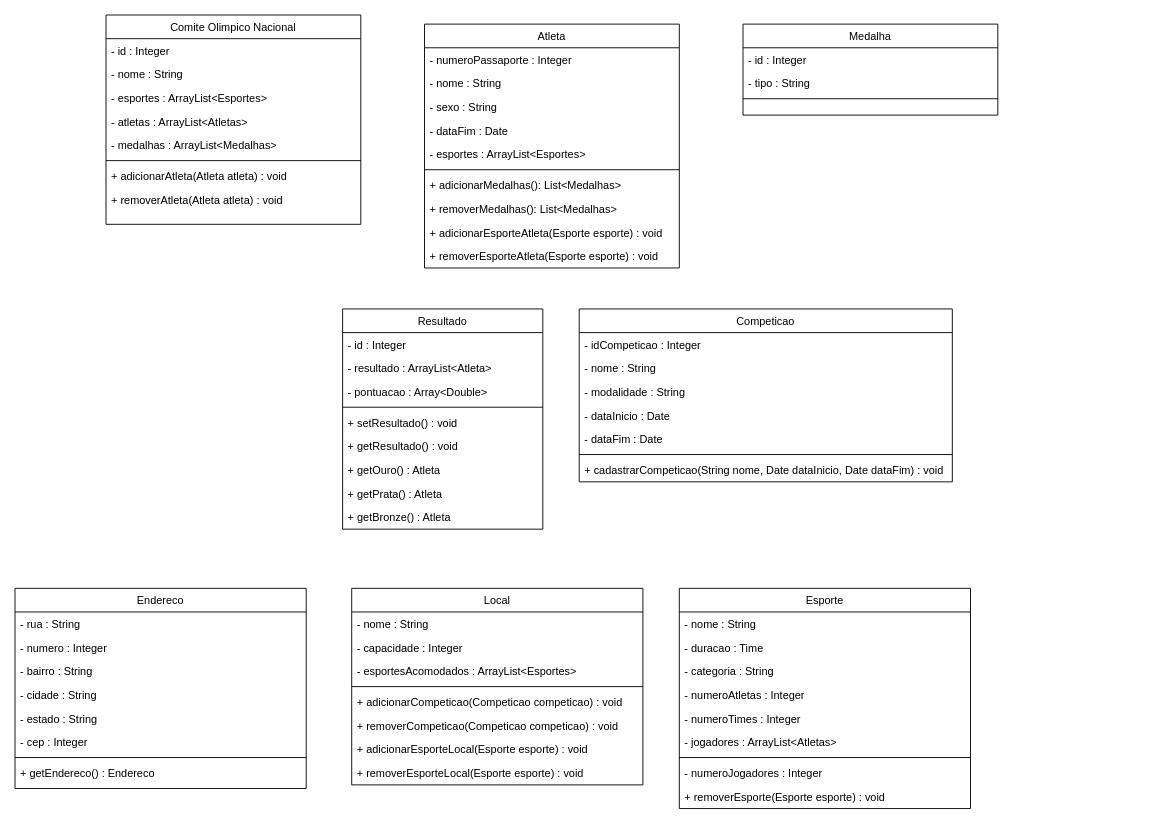
Earlier version of the draw.io diagram docs/modelagens/Sistema de Gestão das Olimpíadas (SGO).drawio (JulyaMoreyra/projeto-de-software-sgo). Source tidied: cells renumbered, new cells numbered last; positions are measured from the earlier drawing's top-left corner, leaving out a move shared by most shapes. Both pictures are drawn from the tidied source at 91%, with x=0, y=0 at pixel (15, 15).
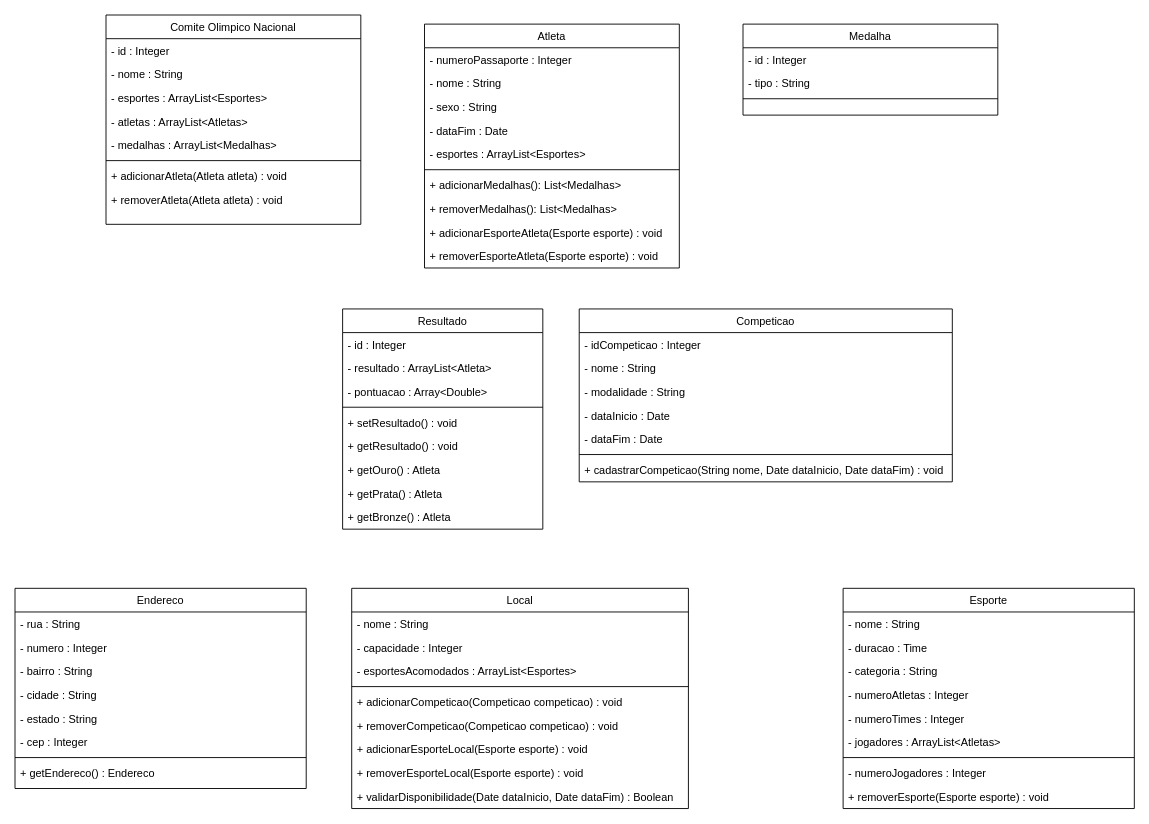
After the change.

Commit message:
docs: adicionando um metodo na classe de locais

What changed in the source:
```diff
@@
     <mxCell id="31" value="Local" style="swimlane;fontStyle=0;align=center;verticalAlign=top;horizontal=1;startSize=26;rounded=0;shadow=0;strokeWidth=1;" parent="1" vertex="1">
-      <mxGeometry x="370" y="630" width="320" height="216" as="geometry" />
+      <mxGeometry x="370" y="630" width="370" height="242" as="geometry" />
     </mxCell>
     <mxCell id="32" value="- nome : String" style="text;align=left;verticalAlign=top;spacingLeft=4;spacingRight=4;overflow=hidden;" parent="31" vertex="1">
-      <mxGeometry y="26" width="320" height="26" as="geometry" />
+      <mxGeometry y="26" width="370" height="26" as="geometry" />
     </mxCell>
     <mxCell id="33" value="- capacidade : Integer" style="text;align=left;verticalAlign=top;spacingLeft=4;spacingRight=4;overflow=hidden;rounded=0;shadow=0;html=0;" parent="31" vertex="1">
-      <mxGeometry y="52" width="320" height="26" as="geometry" />
+      <mxGeometry y="52" width="370" height="26" as="geometry" />
     </mxCell>
     <mxCell id="34" value="- esportesAcomodados : ArrayList&lt;Esportes&gt;" style="text;align=left;verticalAlign=top;spacingLeft=4;spacingRight=4;overflow=hidden;rounded=0;shadow=0;html=0;" parent="31" vertex="1">
-      <mxGeometry y="78" width="320" height="26" as="geometry" />
+      <mxGeometry y="78" width="370" height="26" as="geometry" />
     </mxCell>
     <mxCell id="35" style="line;html=1;strokeWidth=1;align=left;verticalAlign=middle;spacingTop=-1;spacingLeft=3;spacingRight=3;labelPosition=right;" parent="31" vertex="1">
-      <mxGeometry y="104" width="320" height="8" as="geometry" />
+      <mxGeometry y="104" width="370" height="8" as="geometry" />
     </mxCell>
     <mxCell id="36" value="+ adicionarCompeticao(Competicao competicao) : void" style="text;align=left;verticalAlign=top;spacingLeft=4;spacingRight=4;overflow=hidden;" parent="31" vertex="1">
-      <mxGeometry y="112" width="320" height="26" as="geometry" />
+      <mxGeometry y="112" width="370" height="26" as="geometry" />
     </mxCell>
     <mxCell id="37" value="+ removerCompeticao(Competicao competicao) : void" style="text;align=left;verticalAlign=top;spacingLeft=4;spacingRight=4;overflow=hidden;" parent="31" vertex="1">
-      <mxGeometry y="138" width="320" height="26" as="geometry" />
+      <mxGeometry y="138" width="370" height="26" as="geometry" />
     </mxCell>
     <mxCell id="38" value="+ adicionarEsporteLocal(Esporte esporte) : void" style="text;align=left;verticalAlign=top;spacingLeft=4;spacingRight=4;overflow=hidden;" parent="31" vertex="1">
-      <mxGeometry y="164" width="320" height="26" as="geometry" />
+      <mxGeometry y="164" width="370" height="26" as="geometry" />
     </mxCell>
     <mxCell id="39" value="+ removerEsporteLocal(Esporte esporte) : void" style="text;align=left;verticalAlign=top;spacingLeft=4;spacingRight=4;overflow=hidden;" parent="31" vertex="1">
-      <mxGeometry y="190" width="320" height="26" as="geometry" />
+      <mxGeometry y="190" width="370" height="26" as="geometry" />
     </mxCell>
+    <mxCell id="72" value="+ validarDisponibilidade(Date dataInicio, Date dataFim) : Boolean" style="text;align=left;verticalAlign=top;spacingLeft=4;spacingRight=4;overflow=hidden;" parent="31" vertex="1">
+      <mxGeometry y="216" width="370" height="26" as="geometry" />
+    </mxCell>
@@
     <mxCell id="49" value="Esporte" style="swimlane;fontStyle=0;align=center;verticalAlign=top;horizontal=1;startSize=26;rounded=0;shadow=0;strokeWidth=1;" parent="1" vertex="1">
-      <mxGeometry x="730" y="630" width="320" height="242" as="geometry" />
+      <mxGeometry x="910" y="630" width="320" height="242" as="geometry" />
     </mxCell>
```
